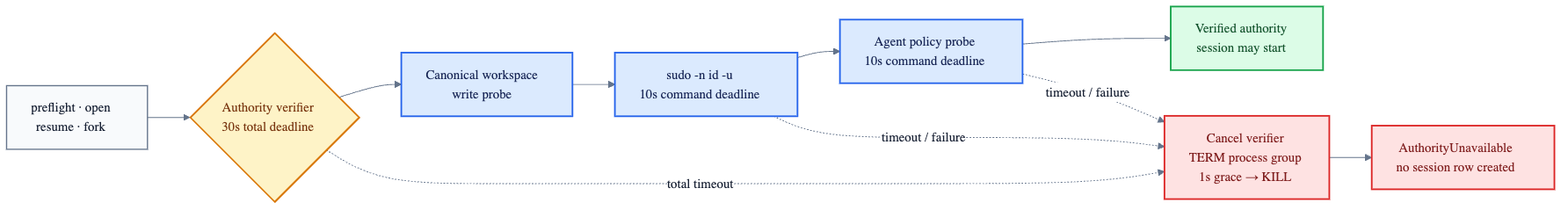
Earlier version of the Mermaid export v2/docs/authority-timeout-flow.png (fontanierh/crab). Its source is kept beside it as v2/docs/authority-timeout-flow.mmd. Source of this version:
```mermaid
%%{init: {"theme": "base", "themeVariables": {"fontFamily": "ui-sans-serif, system-ui, sans-serif", "primaryTextColor": "#172033", "lineColor": "#64748b", "edgeLabelBackground": "#ffffff"}, "flowchart": {"curve": "basis", "nodeSpacing": 40, "rankSpacing": 52}}}%%
flowchart LR
    CALL["preflight · open<br/>resume · fork"]
    TOTAL{"Authority verifier<br/>30s total deadline"}
    FS["Canonical workspace<br/>write probe"]
    SUDO["sudo -n id -u<br/>10s command deadline"]
    PROBE["Agent policy probe<br/>10s command deadline"]
    READY["Verified authority<br/>session may start"]
    STOP["Cancel verifier<br/>TERM process group<br/>1s grace → KILL"]
    REJECT["AuthorityUnavailable<br/>no session row created"]

    CALL --> TOTAL
    TOTAL --> FS --> SUDO --> PROBE --> READY
    TOTAL -. "total timeout" .-> STOP
    SUDO -. "timeout / failure" .-> STOP
    PROBE -. "timeout / failure" .-> STOP
    STOP --> REJECT

    classDef caller fill:#f8fafc,stroke:#64748b,stroke-width:1.5px,color:#172033;
    classDef gate fill:#fef3c7,stroke:#d97706,stroke-width:2px,color:#78350f;
    classDef probe fill:#dbeafe,stroke:#2563eb,stroke-width:2px,color:#172554;
    classDef ready fill:#dcfce7,stroke:#16a34a,stroke-width:2px,color:#14532d;
    classDef failure fill:#fee2e2,stroke:#dc2626,stroke-width:2px,color:#7f1d1d;

    class CALL caller;
    class TOTAL gate;
    class FS,SUDO,PROBE probe;
    class READY ready;
    class STOP,REJECT failure;
```
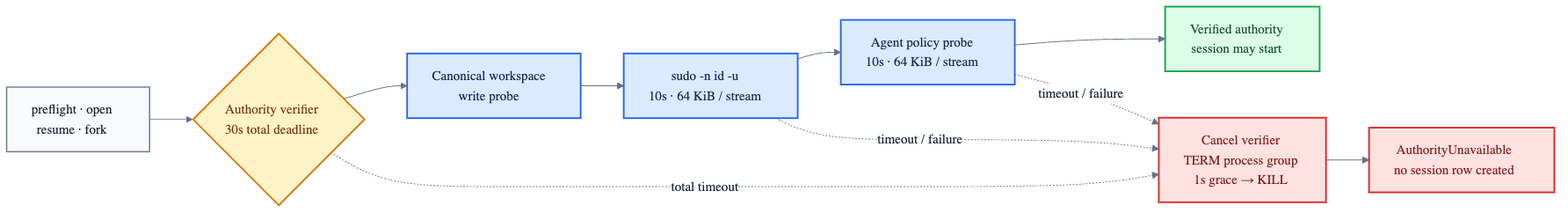
Later version of the same file.

Commit message:
fix(v2): bound authority probe output (#300)

Change to the diagram source:
```diff
@@ -3,8 +3,8 @@
     CALL["preflight · open<br/>resume · fork"]
     TOTAL{"Authority verifier<br/>30s total deadline"}
     FS["Canonical workspace<br/>write probe"]
-    SUDO["sudo -n id -u<br/>10s command deadline"]
-    PROBE["Agent policy probe<br/>10s command deadline"]
+    SUDO["sudo -n id -u<br/>10s · 64 KiB / stream"]
+    PROBE["Agent policy probe<br/>10s · 64 KiB / stream"]
     READY["Verified authority<br/>session may start"]
     STOP["Cancel verifier<br/>TERM process group<br/>1s grace → KILL"]
     REJECT["AuthorityUnavailable<br/>no session row created"]
```
